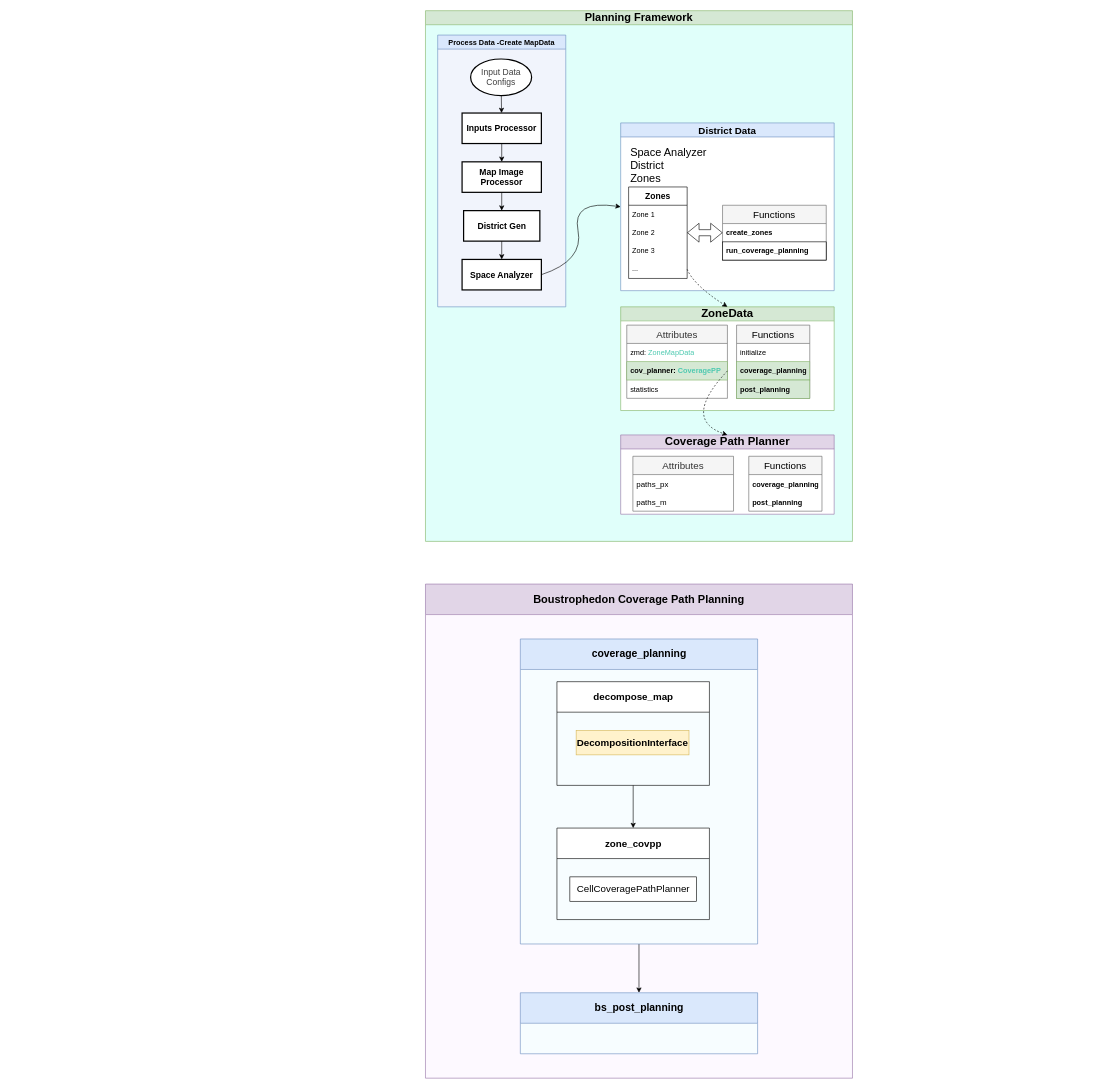
This is meta/d0_highlevel.drawio from MortezaHagh/coverage-path-planning, a draw.io file, before an edit. Source tidied: cells renumbered, new cells numbered last; positions are measured from the earlier drawing's top-left corner, leaving out a move shared by most shapes. Both pictures are drawn from the tidied source at 61%, with x=0, y=0 at pixel (425, 10).
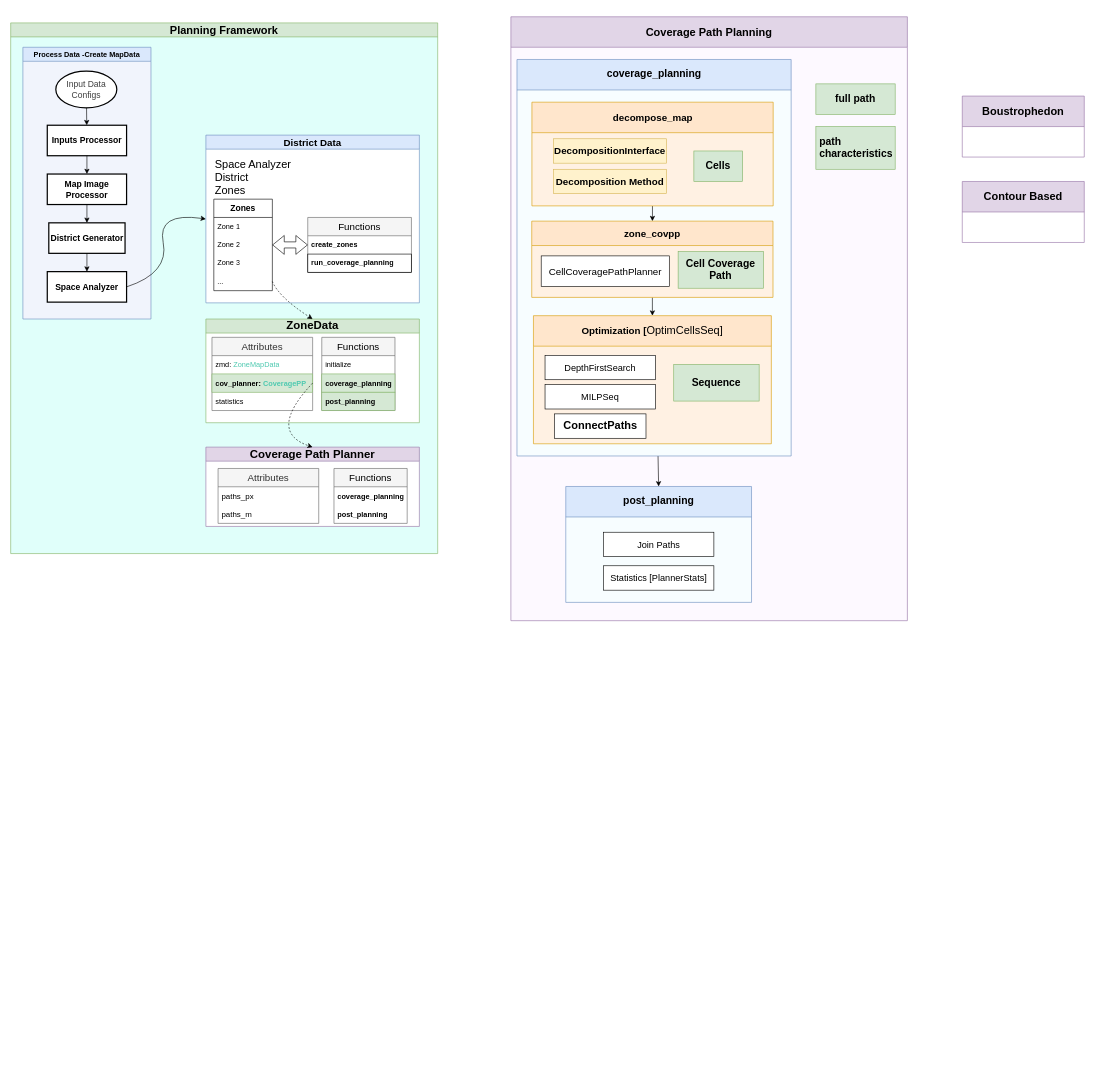
After the change.

Commit message (it also covers changes not shown here):
fix connectino paths

Unchanged cells that the change refers to:
```xml
<mxCell id="3" value="&lt;h3&gt;&lt;span style=&quot;text-align: left; color: rgb(0, 0, 0);&quot;&gt;&lt;font style=&quot;font-size: 16px;&quot;&gt;District Data&lt;/font&gt;&lt;/span&gt;&lt;/h3&gt;" style="swimlane;whiteSpace=wrap;html=1;swimlaneFillColor=default;fillColor=#dae8fc;strokeColor=#6c8ebf;fontFamily=Helvetica;" parent="2" vertex="1">
  <mxGeometry x="320" y="184" width="350" height="275" as="geometry" />
</mxCell>
<mxCell id="32" value="Process Data -Create MapData" style="swimlane;whiteSpace=wrap;html=1;fillColor=#dae8fc;strokeColor=#6c8ebf;swimlaneFillColor=#F1F4FC;" parent="2" vertex="1">
  <mxGeometry x="20" y="40" width="210" height="445.5" as="geometry" />
</mxCell>
```

Change to the diagram source:
```diff
@@
     <mxCell id="2" value="&lt;font style=&quot;font-size: 18px;&quot;&gt;Planning Framework&lt;/font&gt;" style="swimlane;whiteSpace=wrap;html=1;fillColor=#d5e8d4;swimlaneFillColor=#E0FFFA;strokeColor=#82b366;fontFamily=Helvetica;" parent="1" vertex="1">
-      <mxGeometry width="700" height="870" as="geometry" />
+      <mxGeometry x="-680" y="20" width="700" height="870" as="geometry" />
     </mxCell>
@@
     <mxCell id="9" value="Space Analyzer&lt;div&gt;District&lt;/div&gt;&lt;div&gt;Zones&lt;/div&gt;" style="text;html=1;align=left;verticalAlign=middle;whiteSpace=wrap;rounded=0;fontColor=#000000;fontSize=18;fontFamily=Helvetica;" parent="3" vertex="1">
-      <mxGeometry x="14" y="40" width="165" height="60" as="geometry" />
+      <mxGeometry x="13" y="40" width="165" height="60" as="geometry" />
     </mxCell>
@@
-    <mxCell id="35" value="&lt;h3&gt;&lt;span style=&quot;text-align: left; color: rgb(0, 0, 0);&quot;&gt;District Gen&lt;/span&gt;&lt;/h3&gt;" style="rounded=1;whiteSpace=wrap;html=1;absoluteArcSize=1;arcSize=0;strokeWidth=2;fontFamily=Helvetica;" parent="32" vertex="1">
+    <mxCell id="35" value="&lt;h3&gt;&lt;span style=&quot;text-align: left; color: rgb(0, 0, 0);&quot;&gt;District Generator&lt;/span&gt;&lt;/h3&gt;" style="rounded=1;whiteSpace=wrap;html=1;absoluteArcSize=1;arcSize=0;strokeWidth=2;fontFamily=Helvetica;" parent="32" vertex="1">
       <mxGeometry x="42.5" y="287.8" width="125" height="50" as="geometry" />
     </mxCell>
@@
-    <mxCell id="43" value="&lt;div style=&quot;line-height: 16px; white-space: pre;&quot;&gt;&lt;span&gt;Boustrophedon Coverage Path Planning&lt;/span&gt;&lt;/div&gt;" style="swimlane;whiteSpace=wrap;html=1;labelBackgroundColor=none;fontFamily=Helvetica;fontSize=18;startSize=50;fontStyle=1;fillColor=#e1d5e7;strokeColor=#9673a6;swimlaneFillColor=#FDF9FF;" parent="1" vertex="1">
-      <mxGeometry y="940" width="700" height="810" as="geometry" />
+    <mxCell id="43" value="&lt;div style=&quot;line-height: 16px; white-space: pre;&quot;&gt;&lt;span&gt;Coverage Path Planning&lt;/span&gt;&lt;/div&gt;" style="swimlane;whiteSpace=wrap;html=1;labelBackgroundColor=none;fontFamily=Helvetica;fontSize=18;startSize=50;fontStyle=1;fillColor=#e1d5e7;strokeColor=#9673a6;swimlaneFillColor=#FDF9FF;" parent="1" vertex="1">
+      <mxGeometry x="140" y="10" width="650" height="990" as="geometry" />
     </mxCell>
@@
     <mxCell id="45" value="&lt;font style=&quot;font-size: 17px;&quot;&gt;coverage_planning&lt;/font&gt;" style="swimlane;whiteSpace=wrap;html=1;startSize=50;fontFamily=Helvetica;fillColor=#dae8fc;strokeColor=#6c8ebf;swimlaneFillColor=#F7FDFF;" parent="43" vertex="1">
-      <mxGeometry x="155.5" y="90" width="389" height="500" as="geometry" />
+      <mxGeometry x="10" y="70" width="449.5" height="650" as="geometry" />
     </mxCell>
@@
-    <mxCell id="47" value="&lt;font style=&quot;font-size: 16px;&quot;&gt;decompose_map&lt;/font&gt;" style="swimlane;whiteSpace=wrap;html=1;startSize=50;fontColor=#000000;fontFamily=Helvetica;" parent="45" vertex="1">
-      <mxGeometry x="60" y="70" width="250" height="170" as="geometry" />
+    <mxCell id="47" value="&lt;font style=&quot;font-size: 16px;&quot;&gt;decompose_map&lt;/font&gt;" style="swimlane;whiteSpace=wrap;html=1;startSize=50;fontFamily=Helvetica;fillColor=#ffe6cc;strokeColor=#d79b00;swimlaneFillColor=#FFF1E3;" parent="45" vertex="1">
+      <mxGeometry x="24.5" y="70" width="395.5" height="170" as="geometry" />
     </mxCell>
     <mxCell id="48" value="&lt;div style=&quot;line-height: 16px; white-space: pre;&quot;&gt;&lt;span&gt;DecompositionInterface&lt;/span&gt;&lt;/div&gt;" style="rounded=0;whiteSpace=wrap;html=1;fontFamily=Helvetica;fontSize=16;fillColor=#fff2cc;strokeColor=#d6b656;fontStyle=1;" parent="47" vertex="1">
-      <mxGeometry x="31.5" y="80" width="185" height="40" as="geometry" />
+      <mxGeometry x="35.5" y="60" width="185" height="40" as="geometry" />
     </mxCell>
+    <mxCell id="52" value="&lt;div style=&quot;line-height: 16px; white-space: pre;&quot;&gt;&lt;span&gt;Decomposition Method&lt;/span&gt;&lt;/div&gt;" style="rounded=0;whiteSpace=wrap;html=1;fontFamily=Helvetica;fontSize=16;fillColor=#fff2cc;strokeColor=#d6b656;fontStyle=1;" parent="47" vertex="1">
+      <mxGeometry x="35.5" y="110" width="185" height="40" as="geometry" />
+    </mxCell>
+    <mxCell id="53" value="Cells" style="text;strokeColor=#82b366;fillColor=#d5e8d4;align=center;verticalAlign=middle;spacingLeft=4;spacingRight=4;overflow=hidden;whiteSpace=wrap;html=1;fontStyle=1;fontFamily=Helvetica;fontSize=17;" parent="47" vertex="1">
+      <mxGeometry x="265.5" y="80" width="80" height="50" as="geometry" />
+    </mxCell>
+    <mxCell id="54" style="edgeStyle=none;html=1;entryX=0.5;entryY=0;entryDx=0;entryDy=0;" parent="45" edge="1" source="49" target="56">
+      <mxGeometry relative="1" as="geometry" />
+    </mxCell>
-    <mxCell id="49" value="&lt;font style=&quot;font-size: 16px;&quot;&gt;zone_covpp&lt;/font&gt;" style="swimlane;whiteSpace=wrap;html=1;startSize=50;fontColor=#000000;fontFamily=Helvetica;" parent="45" vertex="1">
-      <mxGeometry x="60" y="310" width="250" height="150" as="geometry" />
+    <mxCell id="49" value="&lt;font style=&quot;font-size: 16px;&quot;&gt;zone_covpp&lt;/font&gt;" style="swimlane;whiteSpace=wrap;html=1;startSize=40;fontFamily=Helvetica;fillColor=#ffe6cc;strokeColor=#d79b00;swimlaneFillColor=#FFF1E3;" parent="45" vertex="1">
+      <mxGeometry x="24.2" y="265" width="395.5" height="125" as="geometry" />
     </mxCell>
     <mxCell id="50" value="&lt;div style=&quot;line-height: 16px; white-space: pre;&quot;&gt;&lt;span&gt;CellCoveragePathPlanner&lt;/span&gt;&lt;/div&gt;" style="rounded=0;whiteSpace=wrap;html=1;fontColor=#000000;fontFamily=Helvetica;fontSize=16;" parent="49" vertex="1">
-      <mxGeometry x="21.2" y="80" width="207.5" height="40" as="geometry" />
+      <mxGeometry x="15.5" y="57" width="210" height="50" as="geometry" />
     </mxCell>
+    <mxCell id="55" value="Cell Coverage Path" style="text;strokeColor=#82b366;fillColor=#d5e8d4;align=center;verticalAlign=middle;spacingLeft=4;spacingRight=4;overflow=hidden;whiteSpace=wrap;html=1;fontStyle=1;fontFamily=Helvetica;fontSize=17;" parent="49" vertex="1">
+      <mxGeometry x="240" y="50" width="140" height="60" as="geometry" />
+    </mxCell>
+    <mxCell id="56" value="&lt;span style=&quot;font-size: 16px;&quot;&gt;Optimization [&lt;/span&gt;&lt;span style=&quot;color: rgb(0, 0, 0); font-size: 18px; font-weight: 400; white-space: pre;&quot;&gt;OptimCellsSeq]&lt;/span&gt;" style="swimlane;whiteSpace=wrap;html=1;startSize=50;fontFamily=Helvetica;fillColor=#ffe6cc;strokeColor=#d79b00;swimlaneFillColor=#FFF1E3;" parent="45" vertex="1">
+      <mxGeometry x="27" y="420" width="390" height="210" as="geometry" />
+    </mxCell>
+    <mxCell id="57" value="&lt;div style=&quot;line-height: 16px; white-space: pre;&quot;&gt;&lt;div style=&quot;line-height: 16px;&quot;&gt;&lt;span&gt;&lt;font style=&quot;color: rgb(0, 0, 0);&quot; face=&quot;Helvetica&quot;&gt;DepthFirstSearch&lt;/font&gt;&lt;/span&gt;&lt;/div&gt;&lt;/div&gt;" style="rounded=0;whiteSpace=wrap;html=1;fontColor=#000000;fontFamily=Helvetica;fontSize=15;strokeColor=default;align=center;verticalAlign=middle;fillColor=default;" parent="56" vertex="1">
+      <mxGeometry x="19" y="65" width="181" height="40" as="geometry" />
+    </mxCell>
+    <mxCell id="58" value="&lt;div style=&quot;line-height: 16px; white-space: pre;&quot;&gt;&lt;div style=&quot;line-height: 16px;&quot;&gt;&lt;span&gt;&lt;font style=&quot;color: rgb(0, 0, 0);&quot; face=&quot;Helvetica&quot;&gt;MILPSeq&lt;/font&gt;&lt;/span&gt;&lt;/div&gt;&lt;/div&gt;" style="rounded=0;whiteSpace=wrap;html=1;fontColor=#000000;fontFamily=Helvetica;fontSize=15;strokeColor=default;align=center;verticalAlign=middle;fillColor=default;" parent="56" vertex="1">
+      <mxGeometry x="19" y="113" width="181" height="40" as="geometry" />
+    </mxCell>
+    <mxCell id="59" value="Sequence" style="text;strokeColor=#82b366;fillColor=#d5e8d4;align=center;verticalAlign=middle;spacingLeft=4;spacingRight=4;overflow=hidden;whiteSpace=wrap;html=1;fontStyle=1;fontFamily=Helvetica;fontSize=17;" parent="56" vertex="1">
+      <mxGeometry x="230" y="80" width="140" height="60" as="geometry" />
+    </mxCell>
+    <mxCell id="60" value="&lt;div style=&quot;line-height: 16px; white-space: pre;&quot;&gt;&lt;div style=&quot;line-height: 16px;&quot;&gt;&lt;span style=&quot;text-align: left;&quot;&gt;&lt;font face=&quot;Helvetica&quot; style=&quot;color: rgb(0, 0, 0); font-size: 18px;&quot;&gt;&lt;b&gt;ConnectPaths&lt;/b&gt;&lt;/font&gt;&lt;/span&gt;&lt;/div&gt;&lt;/div&gt;" style="rounded=0;whiteSpace=wrap;html=1;fontColor=#000000;fontFamily=Helvetica;fontSize=15;strokeColor=default;align=center;verticalAlign=middle;fillColor=default;" parent="56" vertex="1">
+      <mxGeometry x="34.5" y="161" width="150" height="40" as="geometry" />
+    </mxCell>
-    <mxCell id="51" value="&lt;font style=&quot;font-size: 17px;&quot;&gt;bs_post_planning&lt;/font&gt;" style="swimlane;whiteSpace=wrap;html=1;startSize=50;fontFamily=Helvetica;fillColor=#dae8fc;strokeColor=#6c8ebf;swimlaneFillColor=#F7FDFF;" parent="43" vertex="1">
-      <mxGeometry x="155.5" y="670" width="389" height="100" as="geometry" />
+    <mxCell id="51" value="&lt;font style=&quot;font-size: 17px;&quot;&gt;post_planning&lt;/font&gt;" style="swimlane;whiteSpace=wrap;html=1;startSize=50;fontFamily=Helvetica;fillColor=#dae8fc;strokeColor=#6c8ebf;swimlaneFillColor=#F7FDFF;" parent="43" vertex="1">
+      <mxGeometry x="90" y="770" width="304.5" height="190" as="geometry" />
     </mxCell>
+    <mxCell id="61" value="&lt;div style=&quot;line-height: 16px; white-space: pre;&quot;&gt;&lt;div style=&quot;line-height: 16px;&quot;&gt;&lt;span&gt;&lt;font style=&quot;color: rgb(0, 0, 0);&quot; face=&quot;Helvetica&quot;&gt;Join Paths&lt;/font&gt;&lt;/span&gt;&lt;/div&gt;&lt;/div&gt;" style="rounded=0;whiteSpace=wrap;html=1;fontColor=#000000;fontFamily=Helvetica;fontSize=15;strokeColor=default;align=center;verticalAlign=middle;fillColor=default;" parent="51" vertex="1">
+      <mxGeometry x="61.8" y="75" width="181" height="40" as="geometry" />
+    </mxCell>
+    <mxCell id="62" value="&lt;div style=&quot;line-height: 16px; white-space: pre;&quot;&gt;&lt;div style=&quot;line-height: 16px;&quot;&gt;&lt;span&gt;&lt;font style=&quot;color: rgb(0, 0, 0);&quot; face=&quot;Helvetica&quot;&gt;Statistics [PlannerStats]&lt;/font&gt;&lt;/span&gt;&lt;/div&gt;&lt;/div&gt;" style="rounded=0;whiteSpace=wrap;html=1;fontColor=#000000;fontFamily=Helvetica;fontSize=15;strokeColor=default;align=center;verticalAlign=middle;fillColor=default;" parent="51" vertex="1">
+      <mxGeometry x="61.8" y="130" width="181" height="40" as="geometry" />
+    </mxCell>
+    <mxCell id="63" value="full path" style="text;strokeColor=#82b366;fillColor=#d5e8d4;align=center;verticalAlign=middle;spacingLeft=4;spacingRight=4;overflow=hidden;whiteSpace=wrap;html=1;fontStyle=1;fontFamily=Helvetica;fontSize=17;" parent="43" vertex="1">
+      <mxGeometry x="500" y="110" width="130" height="50" as="geometry" />
+    </mxCell>
+    <mxCell id="64" value="path characteristics" style="text;strokeColor=#82b366;fillColor=#d5e8d4;align=left;verticalAlign=middle;spacingLeft=4;spacingRight=4;overflow=hidden;whiteSpace=wrap;html=1;fontStyle=1;fontFamily=Helvetica;fontSize=17;" parent="43" vertex="1">
+      <mxGeometry x="500" y="180" width="130" height="70" as="geometry" />
+    </mxCell>
+    <mxCell id="65" value="&lt;font style=&quot;font-size: 18px;&quot;&gt;Boustrophedon&lt;/font&gt;" style="swimlane;whiteSpace=wrap;html=1;startSize=50;fillColor=#e1d5e7;strokeColor=#9673a6;" parent="1" vertex="1">
+      <mxGeometry x="880" y="140" width="200" height="100" as="geometry" />
+    </mxCell>
+    <mxCell id="66" value="&lt;font style=&quot;font-size: 18px;&quot;&gt;Contour Based&lt;/font&gt;" style="swimlane;whiteSpace=wrap;html=1;startSize=50;fillColor=#e1d5e7;strokeColor=#9673a6;" parent="1" vertex="1">
+      <mxGeometry x="880" y="280" width="200" height="100" as="geometry" />
+    </mxCell>
+    <mxCell id="67" value="&lt;div style=&quot;color: rgb(204, 204, 204); background-color: rgb(31, 31, 31); font-family: &amp;quot;Droid Sans Mono&amp;quot;, &amp;quot;monospace&amp;quot;, monospace; font-weight: normal; font-size: 12px; line-height: 16px; white-space: pre;&quot;&gt;&lt;br&gt;&lt;/div&gt;" style="text;whiteSpace=wrap;html=1;" parent="1" vertex="1">
+      <mxGeometry x="80" y="720" width="120" height="40" as="geometry" />
+    </mxCell>
```
